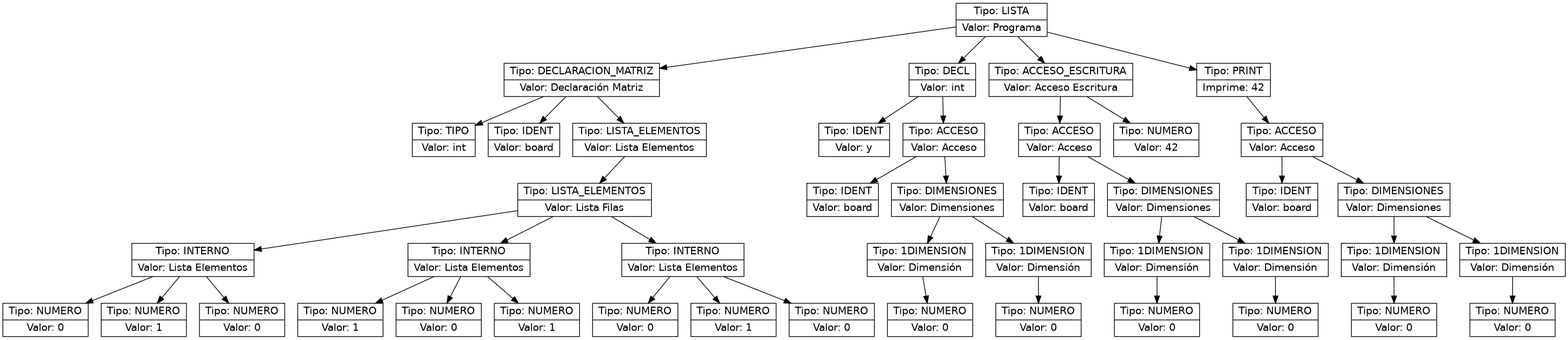
Earlier version of the Graphviz export ast.png (Farot30/OLC2_2s2025_202307820). Its source is kept beside it as ast.dot.
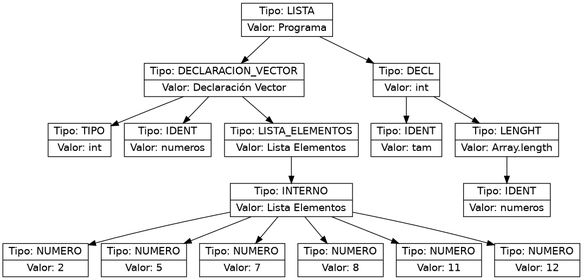
Later version of the same file.

The edit, as a diff of the source:
```diff
@@ -1,90 +1,34 @@
 digraph AST {
   node [shape=record,fontname="Helvetica"];
-  n0x5d904962b1d0 [label="{Tipo: LISTA|Valor: Programa}"];
-  n0x5d904962b1d0 -> n0x5d90497da030;
-  n0x5d90497da030 [label="{Tipo: DECLARACION_MATRIZ|Valor: Declaración Matriz}"];
-  n0x5d90497da030 -> n0x5d90497da0d0;
-  n0x5d90497da0d0 [label="{Tipo: TIPO|Valor: int}"];
-  n0x5d90497da030 -> n0x5d90496243a0;
-  n0x5d90496243a0 [label="{Tipo: IDENT|Valor: board}"];
-  n0x5d90497da030 -> n0x5d9049400700;
-  n0x5d9049400700 [label="{Tipo: LISTA_ELEMENTOS|Valor: Lista Elementos}"];
-  n0x5d9049400700 -> n0x5d90497daca0;
-  n0x5d90497daca0 [label="{Tipo: LISTA_ELEMENTOS|Valor: Lista Filas}"];
-  n0x5d90497daca0 -> n0x5d90497d5390;
-  n0x5d90497d5390 [label="{Tipo: INTERNO|Valor: Lista Elementos}"];
-  n0x5d90497d5390 -> n0x5d904941db00;
-  n0x5d904941db00 [label="{Tipo: NUMERO|Valor: 0}"];
-  n0x5d90497d5390 -> n0x5d90497d9590;
-  n0x5d90497d9590 [label="{Tipo: NUMERO|Valor: 1}"];
-  n0x5d90497d5390 -> n0x5d90493e5740;
-  n0x5d90493e5740 [label="{Tipo: NUMERO|Valor: 0}"];
-  n0x5d90497daca0 -> n0x5d904969f4c0;
-  n0x5d904969f4c0 [label="{Tipo: INTERNO|Valor: Lista Elementos}"];
-  n0x5d904969f4c0 -> n0x5d90494023f0;
-  n0x5d90494023f0 [label="{Tipo: NUMERO|Valor: 1}"];
-  n0x5d904969f4c0 -> n0x5d90497c08a0;
-  n0x5d90497c08a0 [label="{Tipo: NUMERO|Valor: 0}"];
-  n0x5d904969f4c0 -> n0x5d9049762f50;
-  n0x5d9049762f50 [label="{Tipo: NUMERO|Valor: 1}"];
-  n0x5d90497daca0 -> n0x5d90497d43f0;
-  n0x5d90497d43f0 [label="{Tipo: INTERNO|Valor: Lista Elementos}"];
-  n0x5d90497d43f0 -> n0x5d90496999a0;
-  n0x5d90496999a0 [label="{Tipo: NUMERO|Valor: 0}"];
-  n0x5d90497d43f0 -> n0x5d90497d95e0;
-  n0x5d90497d95e0 [label="{Tipo: NUMERO|Valor: 1}"];
-  n0x5d90497d43f0 -> n0x5d904969f3a0;
-  n0x5d904969f3a0 [label="{Tipo: NUMERO|Valor: 0}"];
-  n0x5d904962b1d0 -> n0x5d9049683a20;
-  n0x5d9049683a20 [label="{Tipo: DECL|Valor: int}"];
-  n0x5d9049683a20 -> n0x5d90495a6670;
-  n0x5d90495a6670 [label="{Tipo: IDENT|Valor: y}"];
-  n0x5d9049683a20 -> n0x5d90497d6100;
-  n0x5d90497d6100 [label="{Tipo: ACCESO|Valor: Acceso}"];
-  n0x5d90497d6100 -> n0x5d9049713da0;
-  n0x5d9049713da0 [label="{Tipo: IDENT|Valor: board}"];
-  n0x5d90497d6100 -> n0x5d90493c2e80;
-  n0x5d90493c2e80 [label="{Tipo: DIMENSIONES|Valor: Dimensiones}"];
-  n0x5d90493c2e80 -> n0x5d90495a93a0;
-  n0x5d90495a93a0 [label="{Tipo: 1DIMENSION|Valor: Dimensión}"];
-  n0x5d90495a93a0 -> n0x5d9049741560;
-  n0x5d9049741560 [label="{Tipo: NUMERO|Valor: 0}"];
-  n0x5d90493c2e80 -> n0x5d90497c1e20;
-  n0x5d90497c1e20 [label="{Tipo: 1DIMENSION|Valor: Dimensión}"];
-  n0x5d90497c1e20 -> n0x5d90497c02b0;
-  n0x5d90497c02b0 [label="{Tipo: NUMERO|Valor: 0}"];
-  n0x5d904962b1d0 -> n0x5d9049432250;
-  n0x5d9049432250 [label="{Tipo: ACCESO_ESCRITURA|Valor: Acceso Escritura}"];
-  n0x5d9049432250 -> n0x5d9049714530;
-  n0x5d9049714530 [label="{Tipo: ACCESO|Valor: Acceso}"];
-  n0x5d9049714530 -> n0x5d90495ca0e0;
-  n0x5d90495ca0e0 [label="{Tipo: IDENT|Valor: board}"];
-  n0x5d9049714530 -> n0x5d9049453890;
-  n0x5d9049453890 [label="{Tipo: DIMENSIONES|Valor: Dimensiones}"];
-  n0x5d9049453890 -> n0x5d90497dad90;
-  n0x5d90497dad90 [label="{Tipo: 1DIMENSION|Valor: Dimensión}"];
-  n0x5d90497dad90 -> n0x5d90497d9a90;
-  n0x5d90497d9a90 [label="{Tipo: NUMERO|Valor: 0}"];
-  n0x5d9049453890 -> n0x5d90493a93a0;
-  n0x5d90493a93a0 [label="{Tipo: 1DIMENSION|Valor: Dimensión}"];
-  n0x5d90493a93a0 -> n0x5d90497d7e90;
-  n0x5d90497d7e90 [label="{Tipo: NUMERO|Valor: 0}"];
-  n0x5d9049432250 -> n0x5d90495e2ce0;
-  n0x5d90495e2ce0 [label="{Tipo: NUMERO|Valor: 42}"];
-  n0x5d904962b1d0 -> n0x5d904973e370;
-  n0x5d904973e370 [label="{Tipo: PRINT|Imprime: 42}"];
-  n0x5d904973e370 -> n0x5d90497d3850;
-  n0x5d90497d3850 [label="{Tipo: ACCESO|Valor: Acceso}"];
-  n0x5d90497d3850 -> n0x5d90497d7440;
-  n0x5d90497d7440 [label="{Tipo: IDENT|Valor: board}"];
-  n0x5d90497d3850 -> n0x5d90496863c0;
-  n0x5d90496863c0 [label="{Tipo: DIMENSIONES|Valor: Dimensiones}"];
-  n0x5d90496863c0 -> n0x5d904974ddb0;
-  n0x5d904974ddb0 [label="{Tipo: 1DIMENSION|Valor: Dimensión}"];
-  n0x5d904974ddb0 -> n0x5d90497d8200;
-  n0x5d90497d8200 [label="{Tipo: NUMERO|Valor: 0}"];
-  n0x5d90496863c0 -> n0x5d90497d9b80;
-  n0x5d90497d9b80 [label="{Tipo: 1DIMENSION|Valor: Dimensión}"];
-  n0x5d90497d9b80 -> n0x5d90497d3cc0;
-  n0x5d90497d3cc0 [label="{Tipo: NUMERO|Valor: 0}"];
+  n0x57b98504bfa0 [label="{Tipo: LISTA|Valor: Programa}"];
+  n0x57b98504bfa0 -> n0x57b9852c3fb0;
+  n0x57b9852c3fb0 [label="{Tipo: DECLARACION_VECTOR|Valor: Declaración Vector}"];
+  n0x57b9852c3fb0 -> n0x57b985219dd0;
+  n0x57b985219dd0 [label="{Tipo: TIPO|Valor: int}"];
+  n0x57b9852c3fb0 -> n0x57b9852231e0;
+  n0x57b9852231e0 [label="{Tipo: IDENT|Valor: numeros}"];
+  n0x57b9852c3fb0 -> n0x57b9853911d0;
+  n0x57b9853911d0 [label="{Tipo: LISTA_ELEMENTOS|Valor: Lista Elementos}"];
+  n0x57b9853911d0 -> n0x57b9852a4a60;
+  n0x57b9852a4a60 [label="{Tipo: INTERNO|Valor: Lista Elementos}"];
+  n0x57b9852a4a60 -> n0x57b98541b940;
+  n0x57b98541b940 [label="{Tipo: NUMERO|Valor: 2}"];
+  n0x57b9852a4a60 -> n0x57b985376ba0;
+  n0x57b985376ba0 [label="{Tipo: NUMERO|Valor: 5}"];
+  n0x57b9852a4a60 -> n0x57b98501ab60;
+  n0x57b98501ab60 [label="{Tipo: NUMERO|Valor: 7}"];
+  n0x57b9852a4a60 -> n0x57b985224590;
+  n0x57b985224590 [label="{Tipo: NUMERO|Valor: 8}"];
+  n0x57b9852a4a60 -> n0x57b9853fd890;
+  n0x57b9853fd890 [label="{Tipo: NUMERO|Valor: 11}"];
+  n0x57b9852a4a60 -> n0x57b985219e70;
+  n0x57b985219e70 [label="{Tipo: NUMERO|Valor: 12}"];
+  n0x57b98504bfa0 -> n0x57b9853755e0;
+  n0x57b9853755e0 [label="{Tipo: DECL|Valor: int}"];
+  n0x57b9853755e0 -> n0x57b985222e70;
+  n0x57b985222e70 [label="{Tipo: IDENT|Valor: tam}"];
+  n0x57b9853755e0 -> n0x57b9853fd2a0;
+  n0x57b9853fd2a0 [label="{Tipo: LENGHT|Valor: Array.length}"];
+  n0x57b9853fd2a0 -> n0x57b9852d7d80;
+  n0x57b9852d7d80 [label="{Tipo: IDENT|Valor: numeros}"];
 }
```
